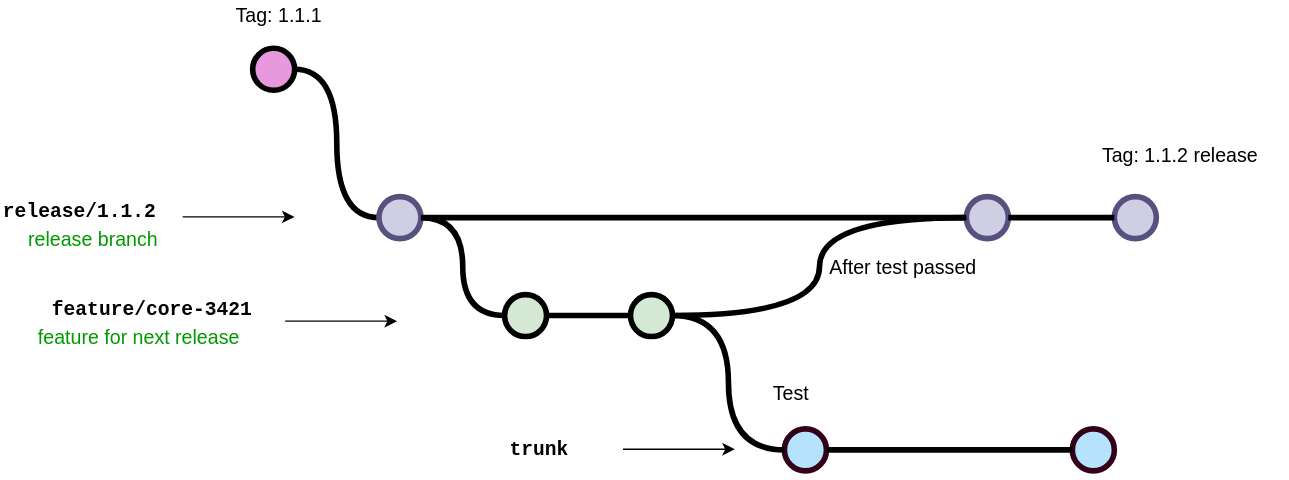
Before: src/development/2.workflow.drawio.svg, a diagram exported from draw.io (intersective/docs). Source tidied: cells renumbered, new cells last; positions are measured from the earlier drawing's top-left corner, leaving out a move shared by most shapes. Its diagram source:
```xml
<mxGraphModel>
  <root>
    <mxCell id="0" />
    <mxCell id="1" parent="0" />
    <mxCell id="2" style="verticalLabelPosition=bottom;verticalAlign=top;html=1;strokeWidth=4;shape=mxgraph.flowchart.on-page_reference;plain-blue;gradientColor=none;strokeColor=#33001A;fillColor=#B5E3FE;" parent="1" vertex="1">
      <mxGeometry x="765.8" y="306" width="30" height="30" as="geometry" />
    </mxCell>
    <mxCell id="3" value="trunk" style="text;html=1;strokeColor=none;fillColor=none;align=center;verticalAlign=middle;whiteSpace=wrap;overflow=hidden;fontSize=14;fontStyle=1;fontFamily=Courier New;" parent="1" vertex="1">
      <mxGeometry x="360" y="300" width="50" height="42" as="geometry" />
    </mxCell>
    <mxCell id="4" style="verticalLabelPosition=bottom;verticalAlign=top;html=1;strokeWidth=4;shape=mxgraph.flowchart.on-page_reference;plain-purple;gradientColor=none;strokeColor=#000000;fillColor=#E899DD;" parent="1" vertex="1">
      <mxGeometry x="180" y="34" width="30" height="30" as="geometry" />
    </mxCell>
    <mxCell id="5" style="edgeStyle=orthogonalEdgeStyle;rounded=0;jettySize=auto;html=1;entryX=1;entryY=0.5;entryDx=0;entryDy=0;entryPerimeter=0;endArrow=none;endFill=0;strokeWidth=4;curved=1;" parent="1" edge="1" source="11" target="4">
      <mxGeometry relative="1" as="geometry" />
    </mxCell>
    <mxCell id="6" style="edgeStyle=orthogonalEdgeStyle;curved=1;rounded=0;jettySize=auto;html=1;endArrow=none;endFill=0;strokeWidth=4;entryX=0;entryY=0.5;entryDx=0;entryDy=0;entryPerimeter=0;exitX=1;exitY=0.5;exitDx=0;exitDy=0;exitPerimeter=0;" parent="1" edge="1" source="11" target="7">
      <mxGeometry relative="1" as="geometry" />
    </mxCell>
    <mxCell id="7" style="verticalLabelPosition=bottom;verticalAlign=top;html=1;strokeWidth=4;shape=mxgraph.flowchart.on-page_reference;strokeColor=#56517e;fillColor=#d0cee2;" parent="1" vertex="1">
      <mxGeometry x="690" y="140" width="30" height="30" as="geometry" />
    </mxCell>
    <mxCell id="8" value="release branch" style="text;html=1;strokeColor=none;fillColor=none;align=left;verticalAlign=middle;whiteSpace=wrap;overflow=hidden;fontSize=14;fontStyle=0;fontColor=#009900;" parent="1" vertex="1">
      <mxGeometry x="18" y="160" width="116" height="20" as="geometry" />
    </mxCell>
    <mxCell id="9" style="endArrow=classic;html=1;strokeWidth=1;fontFamily=Courier New;fontColor=#009900;" parent="1" edge="1">
      <mxGeometry relative="1" as="geometry">
        <mxPoint x="130" y="154.5" as="sourcePoint" />
        <mxPoint x="210" y="154.5" as="targetPoint" />
      </mxGeometry>
    </mxCell>
    <mxCell id="10" value="Tag: 1.1.1" style="text;html=1;strokeColor=none;fillColor=none;align=center;verticalAlign=middle;whiteSpace=wrap;overflow=hidden;fontSize=14;" parent="1" vertex="1">
      <mxGeometry x="144" width="110" height="20" as="geometry" />
    </mxCell>
    <mxCell id="11" style="verticalLabelPosition=bottom;verticalAlign=top;html=1;strokeWidth=4;shape=mxgraph.flowchart.on-page_reference;strokeColor=#56517e;fillColor=#d0cee2;" parent="1" vertex="1">
      <mxGeometry x="270.2" y="140" width="30" height="30" as="geometry" />
    </mxCell>
    <mxCell id="12" value="release/1.1.2" style="text;html=1;strokeColor=none;fillColor=none;align=left;verticalAlign=middle;whiteSpace=wrap;overflow=hidden;fontSize=14;fontStyle=1;fontFamily=Courier New;" parent="1" vertex="1">
      <mxGeometry y="140" width="124" height="20" as="geometry" />
    </mxCell>
    <mxCell id="13" style="verticalLabelPosition=bottom;verticalAlign=top;html=1;strokeWidth=4;shape=mxgraph.flowchart.on-page_reference;plain-blue;gradientColor=none;strokeColor=#33001A;fillColor=#B5E3FE;" parent="1" vertex="1">
      <mxGeometry x="560" y="306" width="30" height="30" as="geometry" />
    </mxCell>
    <mxCell id="14" style="edgeStyle=orthogonalEdgeStyle;curved=1;rounded=0;html=1;exitX=1;exitY=0.5;exitPerimeter=0;entryX=0;entryY=0.5;entryPerimeter=0;endArrow=none;endFill=0;jettySize=auto;strokeWidth=4;fontSize=15;entryDx=0;entryDy=0;exitDx=0;exitDy=0;" parent="1" edge="1" source="13" target="2">
      <mxGeometry relative="1" as="geometry" />
    </mxCell>
    <mxCell id="15" style="verticalLabelPosition=bottom;verticalAlign=top;html=1;strokeWidth=4;shape=mxgraph.flowchart.on-page_reference;plain-purple;gradientColor=none;strokeColor=#000000;fillColor=#D5E8D4;" parent="1" vertex="1">
      <mxGeometry x="360" y="210" width="30" height="30" as="geometry" />
    </mxCell>
    <mxCell id="16" style="verticalLabelPosition=bottom;verticalAlign=top;html=1;strokeWidth=4;shape=mxgraph.flowchart.on-page_reference;plain-purple;gradientColor=none;strokeColor=#000000;fillColor=#D5E8D4;" parent="1" vertex="1">
      <mxGeometry x="450" y="210" width="30" height="30" as="geometry" />
    </mxCell>
    <mxCell id="17" style="edgeStyle=orthogonalEdgeStyle;curved=1;rounded=0;html=1;exitX=1;exitY=0.5;exitPerimeter=0;entryX=0;entryY=0.5;entryPerimeter=0;endArrow=none;endFill=0;jettySize=auto;strokeWidth=4;fontSize=15;exitDx=0;exitDy=0;entryDx=0;entryDy=0;" parent="1" edge="1" source="15" target="16">
      <mxGeometry relative="1" as="geometry" />
    </mxCell>
    <mxCell id="18" style="edgeStyle=orthogonalEdgeStyle;curved=1;rounded=0;html=1;exitX=1;exitY=0.5;exitPerimeter=0;entryX=0;entryY=0.5;entryPerimeter=0;endArrow=none;endFill=0;jettySize=auto;strokeWidth=4;fontSize=15;exitDx=0;exitDy=0;entryDx=0;entryDy=0;" parent="1" edge="1" source="16" target="13">
      <mxGeometry relative="1" as="geometry" />
    </mxCell>
    <mxCell id="19" value="feature for next release" style="text;html=1;strokeColor=none;fillColor=none;align=left;verticalAlign=middle;whiteSpace=wrap;overflow=hidden;fontSize=14;fontStyle=0;fontColor=#009900;" parent="1" vertex="1">
      <mxGeometry x="25.2" y="230" width="184" height="20" as="geometry" />
    </mxCell>
    <mxCell id="20" style="endArrow=classic;html=1;strokeWidth=1;fontFamily=Courier New;fontColor=#009900;" parent="1" edge="1">
      <mxGeometry relative="1" as="geometry">
        <mxPoint x="203.2" y="229" as="sourcePoint" />
        <mxPoint x="283.2" y="229" as="targetPoint" />
      </mxGeometry>
    </mxCell>
    <mxCell id="21" value="feature/core-3421" style="text;html=1;strokeColor=none;fillColor=none;align=left;verticalAlign=middle;whiteSpace=wrap;overflow=hidden;fontSize=14;fontStyle=1;fontFamily=Courier New;" parent="1" vertex="1">
      <mxGeometry x="35.2" y="210" width="164" height="20" as="geometry" />
    </mxCell>
    <mxCell id="22" style="edgeStyle=orthogonalEdgeStyle;rounded=0;jettySize=auto;html=1;entryX=1;entryY=0.5;entryDx=0;entryDy=0;entryPerimeter=0;endArrow=none;endFill=0;strokeWidth=4;curved=1;exitX=0;exitY=0.5;exitDx=0;exitDy=0;exitPerimeter=0;" parent="1" edge="1" source="15" target="11">
      <mxGeometry relative="1" as="geometry" />
    </mxCell>
    <mxCell id="23" style="endArrow=classic;html=1;strokeWidth=1;fontFamily=Courier New;fontColor=#009900;" parent="1" edge="1">
      <mxGeometry relative="1" as="geometry">
        <mxPoint x="444.6" y="320.5" as="sourcePoint" />
        <mxPoint x="524.6" y="320.5" as="targetPoint" />
      </mxGeometry>
    </mxCell>
    <mxCell id="24" style="edgeStyle=orthogonalEdgeStyle;curved=1;rounded=0;html=1;exitX=1;exitY=0.5;exitPerimeter=0;entryX=0;entryY=0.5;entryPerimeter=0;endArrow=none;endFill=0;jettySize=auto;strokeWidth=4;fontSize=15;exitDx=0;exitDy=0;entryDx=0;entryDy=0;" parent="1" edge="1" source="16" target="7">
      <mxGeometry relative="1" as="geometry" />
    </mxCell>
    <mxCell id="25" value="After test passed" style="text;html=1;strokeColor=none;fillColor=none;align=center;verticalAlign=middle;whiteSpace=wrap;overflow=hidden;fontSize=14;" parent="1" vertex="1">
      <mxGeometry x="590" y="180" width="110" height="20" as="geometry" />
    </mxCell>
    <mxCell id="26" value="Test" style="text;html=1;strokeColor=none;fillColor=none;align=center;verticalAlign=middle;whiteSpace=wrap;overflow=hidden;fontSize=14;" parent="1" vertex="1">
      <mxGeometry x="510" y="270" width="110" height="20" as="geometry" />
    </mxCell>
    <mxCell id="27" style="verticalLabelPosition=bottom;verticalAlign=top;html=1;strokeWidth=4;shape=mxgraph.flowchart.on-page_reference;strokeColor=#56517e;fillColor=#d0cee2;" parent="1" vertex="1">
      <mxGeometry x="795.8" y="140" width="30" height="30" as="geometry" />
    </mxCell>
    <mxCell id="28" style="edgeStyle=orthogonalEdgeStyle;curved=1;rounded=0;html=1;exitX=1;exitY=0.5;exitPerimeter=0;entryX=0;entryY=0.5;entryPerimeter=0;endArrow=none;endFill=0;jettySize=auto;strokeWidth=4;fontSize=15;entryDx=0;entryDy=0;exitDx=0;exitDy=0;" parent="1" edge="1" source="7" target="27">
      <mxGeometry relative="1" as="geometry" />
    </mxCell>
    <mxCell id="29" value="Tag: 1.1.2 release" style="text;html=1;strokeColor=none;fillColor=none;align=center;verticalAlign=middle;whiteSpace=wrap;overflow=hidden;fontSize=14;" parent="1" vertex="1">
      <mxGeometry x="765.8" y="100" width="154.2" height="20" as="geometry" />
    </mxCell>
  </root>
</mxGraphModel>
```
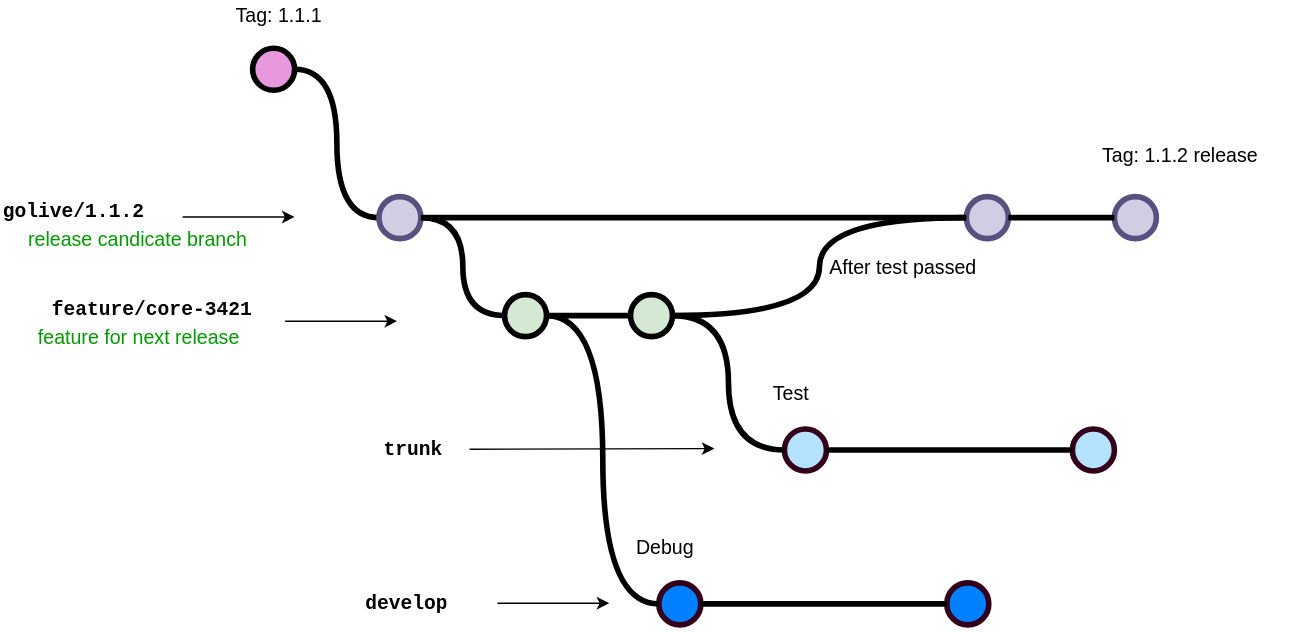
After the commit.

Diff of the diagram source:
```diff
@@ -6,7 +6,7 @@
       <mxGeometry x="765.8" y="306" width="30" height="30" as="geometry" />
     </mxCell>
     <mxCell id="3" value="trunk" style="text;html=1;strokeColor=none;fillColor=none;align=center;verticalAlign=middle;whiteSpace=wrap;overflow=hidden;fontSize=14;fontStyle=1;fontFamily=Courier New;" parent="1" vertex="1">
-      <mxGeometry x="360" y="300" width="50" height="42" as="geometry" />
+      <mxGeometry x="270.2" y="300" width="50" height="42" as="geometry" />
     </mxCell>
     <mxCell id="4" style="verticalLabelPosition=bottom;verticalAlign=top;html=1;strokeWidth=4;shape=mxgraph.flowchart.on-page_reference;plain-purple;gradientColor=none;strokeColor=#000000;fillColor=#E899DD;" parent="1" vertex="1">
       <mxGeometry x="180" y="34" width="30" height="30" as="geometry" />
@@ -20,8 +20,8 @@
     <mxCell id="7" style="verticalLabelPosition=bottom;verticalAlign=top;html=1;strokeWidth=4;shape=mxgraph.flowchart.on-page_reference;strokeColor=#56517e;fillColor=#d0cee2;" parent="1" vertex="1">
       <mxGeometry x="690" y="140" width="30" height="30" as="geometry" />
     </mxCell>
-    <mxCell id="8" value="release branch" style="text;html=1;strokeColor=none;fillColor=none;align=left;verticalAlign=middle;whiteSpace=wrap;overflow=hidden;fontSize=14;fontStyle=0;fontColor=#009900;" parent="1" vertex="1">
-      <mxGeometry x="18" y="160" width="116" height="20" as="geometry" />
+    <mxCell id="8" value="release candicate branch" style="text;html=1;strokeColor=none;fillColor=none;align=left;verticalAlign=middle;whiteSpace=wrap;overflow=hidden;fontSize=14;fontStyle=0;fontColor=#009900;" parent="1" vertex="1">
+      <mxGeometry x="18" y="160" width="172" height="20" as="geometry" />
     </mxCell>
     <mxCell id="9" style="endArrow=classic;html=1;strokeWidth=1;fontFamily=Courier New;fontColor=#009900;" parent="1" edge="1">
       <mxGeometry relative="1" as="geometry">
@@ -35,7 +35,7 @@
     <mxCell id="11" style="verticalLabelPosition=bottom;verticalAlign=top;html=1;strokeWidth=4;shape=mxgraph.flowchart.on-page_reference;strokeColor=#56517e;fillColor=#d0cee2;" parent="1" vertex="1">
       <mxGeometry x="270.2" y="140" width="30" height="30" as="geometry" />
     </mxCell>
-    <mxCell id="12" value="release/1.1.2" style="text;html=1;strokeColor=none;fillColor=none;align=left;verticalAlign=middle;whiteSpace=wrap;overflow=hidden;fontSize=14;fontStyle=1;fontFamily=Courier New;" parent="1" vertex="1">
+    <mxCell id="12" value="golive/1.1.2" style="text;html=1;strokeColor=none;fillColor=none;align=left;verticalAlign=middle;whiteSpace=wrap;overflow=hidden;fontSize=14;fontStyle=1;fontFamily=Courier New;" parent="1" vertex="1">
       <mxGeometry y="140" width="124" height="20" as="geometry" />
     </mxCell>
     <mxCell id="13" style="verticalLabelPosition=bottom;verticalAlign=top;html=1;strokeWidth=4;shape=mxgraph.flowchart.on-page_reference;plain-blue;gradientColor=none;strokeColor=#33001A;fillColor=#B5E3FE;" parent="1" vertex="1">
@@ -73,8 +73,8 @@
     </mxCell>
     <mxCell id="23" style="endArrow=classic;html=1;strokeWidth=1;fontFamily=Courier New;fontColor=#009900;" parent="1" edge="1">
       <mxGeometry relative="1" as="geometry">
-        <mxPoint x="444.6" y="320.5" as="sourcePoint" />
-        <mxPoint x="524.6" y="320.5" as="targetPoint" />
+        <mxPoint x="335" y="320.5" as="sourcePoint" />
+        <mxPoint x="510" y="320" as="targetPoint" />
       </mxGeometry>
     </mxCell>
     <mxCell id="24" style="edgeStyle=orthogonalEdgeStyle;curved=1;rounded=0;html=1;exitX=1;exitY=0.5;exitPerimeter=0;entryX=0;entryY=0.5;entryPerimeter=0;endArrow=none;endFill=0;jettySize=auto;strokeWidth=4;fontSize=15;exitDx=0;exitDy=0;entryDx=0;entryDy=0;" parent="1" edge="1" source="16" target="7">
@@ -95,5 +95,29 @@
     <mxCell id="29" value="Tag: 1.1.2 release" style="text;html=1;strokeColor=none;fillColor=none;align=center;verticalAlign=middle;whiteSpace=wrap;overflow=hidden;fontSize=14;" parent="1" vertex="1">
       <mxGeometry x="765.8" y="100" width="154.2" height="20" as="geometry" />
     </mxCell>
+    <mxCell id="30" style="verticalLabelPosition=bottom;verticalAlign=top;html=1;strokeWidth=4;shape=mxgraph.flowchart.on-page_reference;plain-blue;gradientColor=none;strokeColor=#33001A;fillColor=#007FFF;" parent="1" vertex="1">
+      <mxGeometry x="676" y="416" width="30" height="30" as="geometry" />
+    </mxCell>
+    <mxCell id="31" value="develop" style="text;html=1;strokeColor=none;fillColor=none;align=center;verticalAlign=middle;whiteSpace=wrap;overflow=hidden;fontSize=14;fontStyle=1;fontFamily=Courier New;" parent="1" vertex="1">
+      <mxGeometry x="260" y="410" width="60.2" height="42" as="geometry" />
+    </mxCell>
+    <mxCell id="32" style="verticalLabelPosition=bottom;verticalAlign=top;html=1;strokeWidth=4;shape=mxgraph.flowchart.on-page_reference;plain-blue;gradientColor=none;strokeColor=#33001A;fillColor=#007FFF;" parent="1" vertex="1">
+      <mxGeometry x="470.2" y="416" width="30" height="30" as="geometry" />
+    </mxCell>
+    <mxCell id="33" style="edgeStyle=orthogonalEdgeStyle;curved=1;rounded=0;html=1;exitX=1;exitY=0.5;exitPerimeter=0;entryX=0;entryY=0.5;entryPerimeter=0;endArrow=none;endFill=0;jettySize=auto;strokeWidth=4;fontSize=15;entryDx=0;entryDy=0;exitDx=0;exitDy=0;" parent="1" edge="1" source="32" target="30">
+      <mxGeometry relative="1" as="geometry" />
+    </mxCell>
+    <mxCell id="34" style="endArrow=classic;html=1;strokeWidth=1;fontFamily=Courier New;fontColor=#009900;" parent="1" edge="1">
+      <mxGeometry relative="1" as="geometry">
+        <mxPoint x="354.9" y="430.5" as="sourcePoint" />
+        <mxPoint x="434.9" y="430.5" as="targetPoint" />
+      </mxGeometry>
+    </mxCell>
+    <mxCell id="35" value="Debug" style="text;html=1;strokeColor=none;fillColor=none;align=center;verticalAlign=middle;whiteSpace=wrap;overflow=hidden;fontSize=14;" parent="1" vertex="1">
+      <mxGeometry x="420.2" y="380" width="110" height="20" as="geometry" />
+    </mxCell>
+    <mxCell id="36" style="edgeStyle=orthogonalEdgeStyle;curved=1;rounded=0;html=1;exitX=1;exitY=0.5;exitPerimeter=0;entryX=0;entryY=0.5;entryPerimeter=0;endArrow=none;endFill=0;jettySize=auto;strokeWidth=4;fontSize=15;exitDx=0;exitDy=0;entryDx=0;entryDy=0;" parent="1" edge="1" source="15" target="32">
+      <mxGeometry relative="1" as="geometry" />
+    </mxCell>
   </root>
 </mxGraphModel>
```
